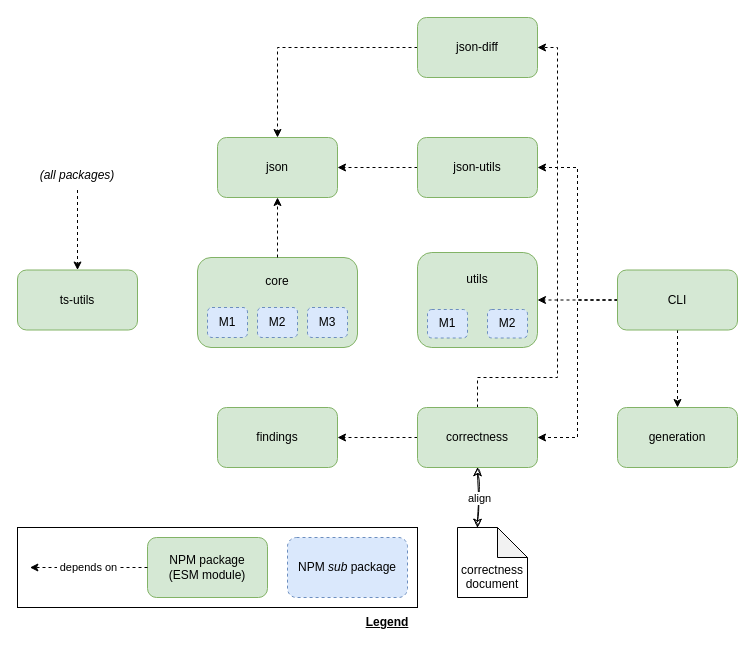
The draw.io diagram documentation/packages.drawio in LionWeb-io/lionweb-typescript, before the edit. Source tidied: cells renumbered, new cells numbered last; positions are measured from the earlier drawing's top-left corner, leaving out a move shared by most shapes. Both pictures are drawn from the tidied source at 100%, with x=0, y=0 at pixel (17, 17).
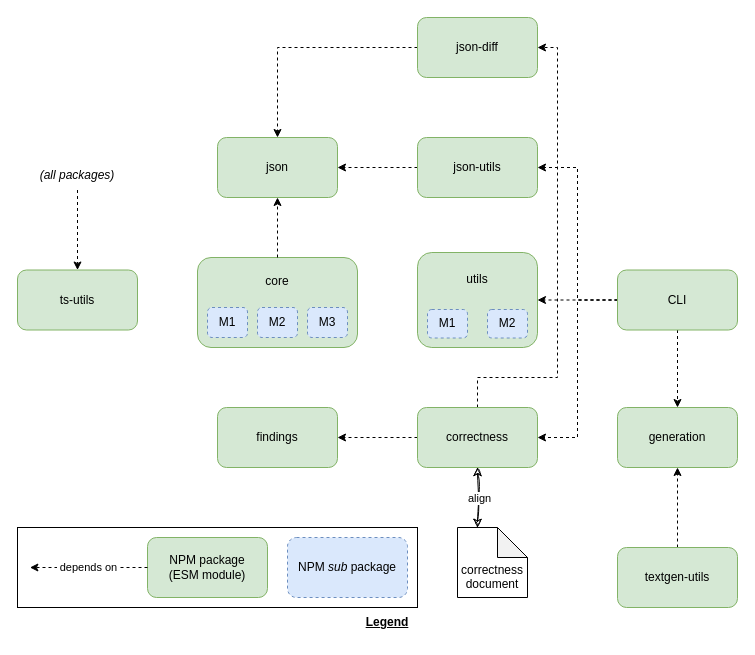
The same page after the edit.

Unchanged cells that the change refers to:
```xml
<mxCell id="17" value="&lt;font face=&quot;Fira Code&quot;&gt;generation&lt;/font&gt;" style="rounded=1;whiteSpace=wrap;html=1;fillColor=#d5e8d4;strokeColor=#82b366;" parent="1" vertex="1">
  <mxGeometry x="600" y="390" width="120" height="60" as="geometry" />
</mxCell>
```

Change to the diagram source:
```diff
@@
+    <mxCell id="38" style="edgeStyle=orthogonalEdgeStyle;rounded=0;jettySize=auto;html=1;exitX=0.5;exitY=0;exitDx=0;exitDy=0;entryX=0.5;entryY=1;entryDx=0;entryDy=0;dashed=1;" parent="1" edge="1" source="39" target="17">
+      <mxGeometry relative="1" as="geometry" />
+    </mxCell>
+    <mxCell id="39" value="&lt;font face=&quot;Fira Code&quot;&gt;textgen-utils&lt;/font&gt;" style="rounded=1;whiteSpace=wrap;html=1;fillColor=#d5e8d4;strokeColor=#82b366;" parent="1" vertex="1">
+      <mxGeometry x="600" y="530" width="120" height="60" as="geometry" />
+    </mxCell>
```
